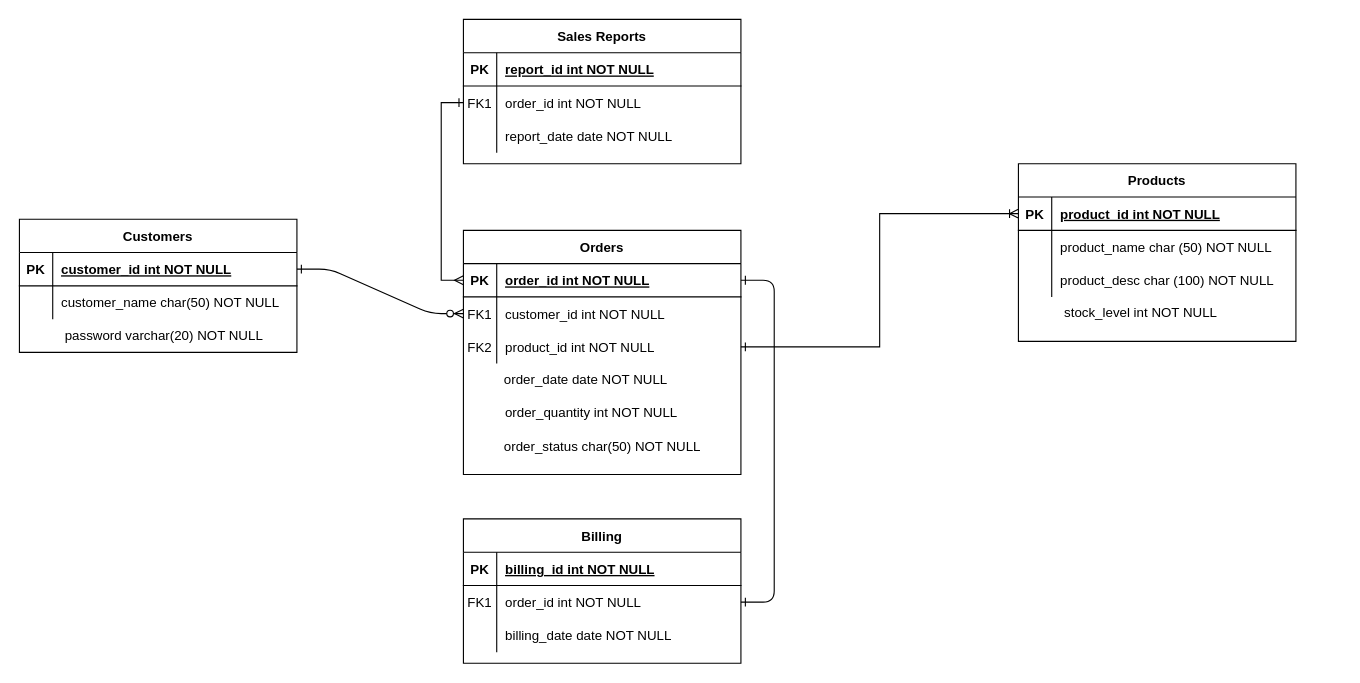
This is ERD Diagram.drawio from KinuthiaWambugu/Laravel9E, a draw.io file, before an edit. Source tidied: cells renumbered, new cells numbered last; positions are measured from the earlier drawing's top-left corner, leaving out a move shared by most shapes. Both pictures are drawn from the tidied source at 111%, with x=0, y=0 at pixel (19, 19).
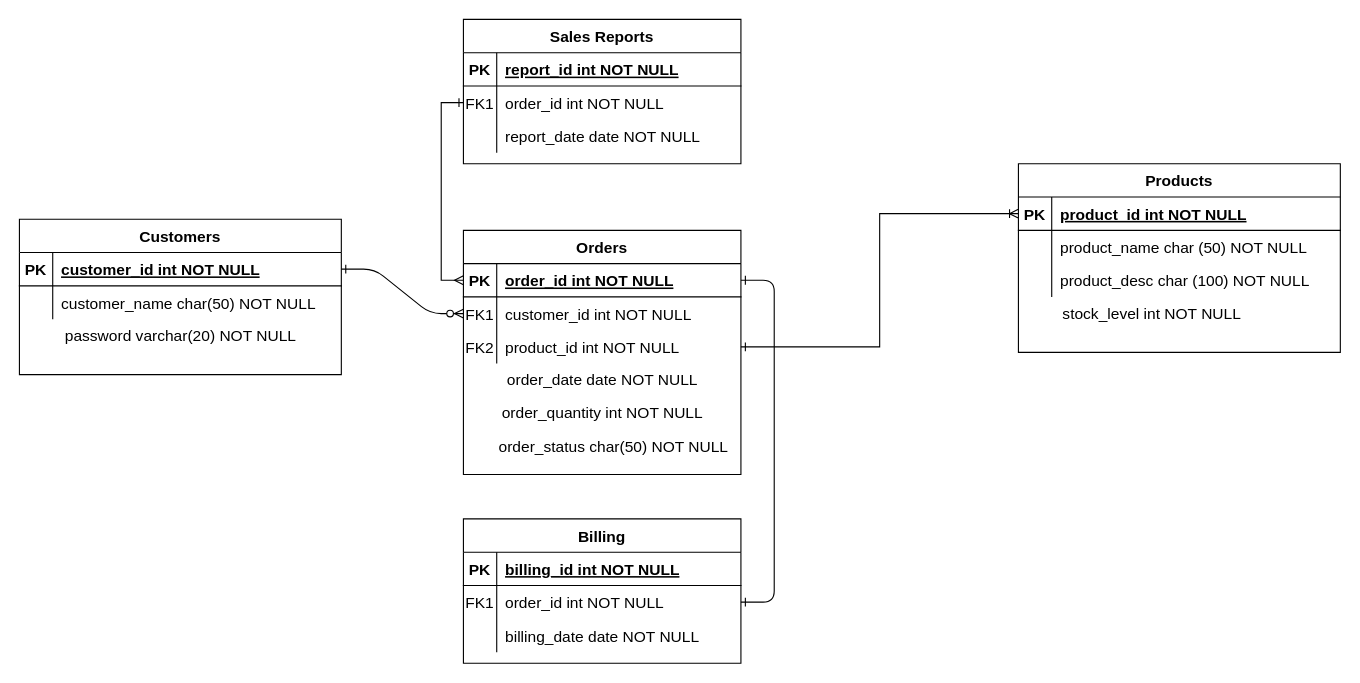
The same diagram, later.

The change refers to these unchanged cells:
```xml
<mxCell id="5" style="shape=partialRectangle;fillColor=none;points=[[0,0.5],[1,0.5]];portConstraint=eastwest;top=0;left=0;right=0;bottom=1;" parent="4" vertex="1">
  <mxGeometry y="30" width="250" height="30" as="geometry" />
</mxCell>
<mxCell id="8" style="shape=partialRectangle;fillColor=none;points=[[0,0.5],[1,0.5]];portConstraint=eastwest;top=0;left=0;right=0;bottom=0;" parent="4" vertex="1">
  <mxGeometry y="60" width="250" height="30" as="geometry" />
</mxCell>
<mxCell id="11" style="shape=partialRectangle;fillColor=none;points=[[0,0.5],[1,0.5]];portConstraint=eastwest;top=0;left=0;right=0;bottom=0;" parent="4" vertex="1">
  <mxGeometry y="90" width="250" height="30" as="geometry" />
</mxCell>
<mxCell id="15" style="shape=partialRectangle;fillColor=none;top=0;left=0;right=0;bottom=1;" parent="14" vertex="1">
  <mxGeometry y="30" width="250" height="30" as="geometry" />
</mxCell>
<mxCell id="18" style="shape=partialRectangle;fillColor=none;points=[[0,0.5],[1,0.5]];portConstraint=eastwest;top=0;left=0;right=0;bottom=0;" parent="14" vertex="1">
  <mxGeometry y="60" width="250" height="30" as="geometry" />
</mxCell>
<mxCell id="21" style="shape=partialRectangle;fillColor=none;top=0;left=0;right=0;bottom=0;" parent="14" vertex="1">
  <mxGeometry y="90" width="250" height="30" as="geometry" />
</mxCell>
<mxCell id="48" style="shape=partialRectangle;fillColor=none;top=0;left=0;right=0;bottom=1;" parent="47" vertex="1">
  <mxGeometry y="30" width="250" height="30" as="geometry" />
</mxCell>
<mxCell id="51" style="shape=partialRectangle;fillColor=none;points=[[0,0.5],[1,0.5]];portConstraint=eastwest;top=0;left=0;right=0;bottom=0;" parent="47" vertex="1">
  <mxGeometry y="60" width="250" height="30" as="geometry" />
</mxCell>
<mxCell id="54" style="shape=partialRectangle;fillColor=none;top=0;left=0;right=0;bottom=0;" parent="47" vertex="1">
  <mxGeometry y="90" width="250" height="30" as="geometry" />
</mxCell>
```

Change to the diagram source:
```diff
@@
-    <mxCell id="4" value="Orders" style="shape=table;startSize=30;childLayout=tableLayout;rowLines=0;fontStyle=1;align=center;" parent="1" vertex="1">
+    <mxCell id="4" value="Orders" style="shape=table;startSize=30;childLayout=tableLayout;rowLines=0;fontStyle=1;align=center;fontSize=14;" parent="1" vertex="1">
       <mxGeometry x="400" y="190" width="250" height="220" as="geometry" />
     </mxCell>
@@
-    <mxCell id="6" value="PK" style="shape=partialRectangle;overflow=hidden;fillColor=none;top=0;left=0;bottom=0;right=0;fontStyle=1;" parent="5" vertex="1">
+    <mxCell id="6" value="PK" style="shape=partialRectangle;overflow=hidden;fillColor=none;top=0;left=0;bottom=0;right=0;fontStyle=1;fontSize=14;" parent="5" vertex="1">
       <mxGeometry width="30" height="30" as="geometry" />
     </mxCell>
-    <mxCell id="7" value="order_id int NOT NULL " style="shape=partialRectangle;overflow=hidden;fillColor=none;top=0;left=0;bottom=0;right=0;align=left;spacingLeft=6;fontStyle=5;" parent="5" vertex="1">
+    <mxCell id="7" value="order_id int NOT NULL " style="shape=partialRectangle;overflow=hidden;fillColor=none;top=0;left=0;bottom=0;right=0;align=left;spacingLeft=6;fontStyle=5;fontSize=14;" parent="5" vertex="1">
       <mxGeometry x="30" width="220" height="30" as="geometry" />
     </mxCell>
@@
-    <mxCell id="9" value="FK1" style="shape=partialRectangle;overflow=hidden;fillColor=none;top=0;left=0;bottom=0;right=0;" parent="8" vertex="1">
+    <mxCell id="9" value="FK1" style="shape=partialRectangle;overflow=hidden;fillColor=none;top=0;left=0;bottom=0;right=0;fontSize=14;" parent="8" vertex="1">
       <mxGeometry width="30" height="30" as="geometry" />
     </mxCell>
-    <mxCell id="10" value="customer_id int NOT NULL" style="shape=partialRectangle;overflow=hidden;fillColor=none;top=0;left=0;bottom=0;right=0;align=left;spacingLeft=6;" parent="8" vertex="1">
+    <mxCell id="10" value="customer_id int NOT NULL" style="shape=partialRectangle;overflow=hidden;fillColor=none;top=0;left=0;bottom=0;right=0;align=left;spacingLeft=6;fontSize=14;" parent="8" vertex="1">
       <mxGeometry x="30" width="220" height="30" as="geometry" />
     </mxCell>
@@
-    <mxCell id="12" value="FK2" style="shape=partialRectangle;overflow=hidden;fillColor=none;top=0;left=0;bottom=0;right=0;" parent="11" vertex="1">
+    <mxCell id="12" value="FK2" style="shape=partialRectangle;overflow=hidden;fillColor=none;top=0;left=0;bottom=0;right=0;fontSize=14;" parent="11" vertex="1">
       <mxGeometry width="30" height="30" as="geometry" />
     </mxCell>
-    <mxCell id="13" value="product_id int NOT NULL" style="shape=partialRectangle;overflow=hidden;fillColor=none;top=0;left=0;bottom=0;right=0;align=left;spacingLeft=6;" parent="11" vertex="1">
+    <mxCell id="13" value="product_id int NOT NULL" style="shape=partialRectangle;overflow=hidden;fillColor=none;top=0;left=0;bottom=0;right=0;align=left;spacingLeft=6;fontSize=14;" parent="11" vertex="1">
       <mxGeometry x="30" width="220" height="30" as="geometry" />
     </mxCell>
-    <mxCell id="14" value="Billing" style="shape=table;startSize=30;childLayout=tableLayout;rowLines=0;fontStyle=1;align=center;" parent="1" vertex="1">
+    <mxCell id="14" value="Billing" style="shape=table;startSize=30;childLayout=tableLayout;rowLines=0;fontStyle=1;align=center;fontSize=14;" parent="1" vertex="1">
       <mxGeometry x="400" y="450" width="250" height="130" as="geometry" />
     </mxCell>
@@
-    <mxCell id="16" value="PK" style="shape=partialRectangle;overflow=hidden;fillColor=none;top=0;left=0;bottom=0;right=0;fontStyle=1;" parent="15" vertex="1">
+    <mxCell id="16" value="PK" style="shape=partialRectangle;overflow=hidden;fillColor=none;top=0;left=0;bottom=0;right=0;fontStyle=1;fontSize=14;" parent="15" vertex="1">
       <mxGeometry width="30" height="30" as="geometry" />
     </mxCell>
-    <mxCell id="17" value="billing_id int NOT NULL " style="shape=partialRectangle;overflow=hidden;fillColor=none;top=0;left=0;bottom=0;right=0;align=left;spacingLeft=6;fontStyle=5;" parent="15" vertex="1">
+    <mxCell id="17" value="billing_id int NOT NULL " style="shape=partialRectangle;overflow=hidden;fillColor=none;top=0;left=0;bottom=0;right=0;align=left;spacingLeft=6;fontStyle=5;fontSize=14;" parent="15" vertex="1">
       <mxGeometry x="30" width="220" height="30" as="geometry" />
     </mxCell>
@@
-    <mxCell id="19" value="FK1" style="shape=partialRectangle;overflow=hidden;fillColor=none;top=0;left=0;bottom=0;right=0;" parent="18" vertex="1">
+    <mxCell id="19" value="FK1" style="shape=partialRectangle;overflow=hidden;fillColor=none;top=0;left=0;bottom=0;right=0;fontSize=14;" parent="18" vertex="1">
       <mxGeometry width="30" height="30" as="geometry" />
     </mxCell>
-    <mxCell id="20" value="order_id int NOT NULL" style="shape=partialRectangle;overflow=hidden;fillColor=none;top=0;left=0;bottom=0;right=0;align=left;spacingLeft=6;" parent="18" vertex="1">
+    <mxCell id="20" value="order_id int NOT NULL" style="shape=partialRectangle;overflow=hidden;fillColor=none;top=0;left=0;bottom=0;right=0;align=left;spacingLeft=6;fontSize=14;" parent="18" vertex="1">
       <mxGeometry x="30" width="220" height="30" as="geometry" />
     </mxCell>
@@
-    <mxCell id="23" value="billing_date date NOT NULL" style="shape=partialRectangle;overflow=hidden;fillColor=none;top=0;left=0;bottom=0;right=0;align=left;spacingLeft=6;" parent="21" vertex="1">
+    <mxCell id="23" value="billing_date date NOT NULL" style="shape=partialRectangle;overflow=hidden;fillColor=none;top=0;left=0;bottom=0;right=0;align=left;spacingLeft=6;fontSize=14;" parent="21" vertex="1">
       <mxGeometry x="30" width="220" height="30" as="geometry" />
     </mxCell>
-    <mxCell id="24" value="Customers" style="shape=table;startSize=30;childLayout=tableLayout;rowLines=0;fontStyle=1;align=center;" parent="1" vertex="1">
-      <mxGeometry y="180" width="250" height="120" as="geometry" />
+    <mxCell id="24" value="Customers" style="shape=table;startSize=30;childLayout=tableLayout;rowLines=0;fontStyle=1;align=center;fontSize=14;" parent="1" vertex="1">
+      <mxGeometry y="180" width="290" height="140" as="geometry" />
     </mxCell>
     <mxCell id="25" style="shape=partialRectangle;fillColor=none;points=[[0,0.5],[1,0.5]];portConstraint=eastwest;top=0;left=0;right=0;bottom=1;" parent="24" vertex="1">
-      <mxGeometry y="30" width="250" height="30" as="geometry" />
+      <mxGeometry y="30" width="290" height="30" as="geometry" />
     </mxCell>
-    <mxCell id="26" value="PK" style="shape=partialRectangle;overflow=hidden;fillColor=none;top=0;left=0;bottom=0;right=0;fontStyle=1;" parent="25" vertex="1">
+    <mxCell id="26" value="PK" style="shape=partialRectangle;overflow=hidden;fillColor=none;top=0;left=0;bottom=0;right=0;fontStyle=1;fontSize=14;" parent="25" vertex="1">
       <mxGeometry width="30" height="30" as="geometry" />
     </mxCell>
-    <mxCell id="27" value="customer_id int NOT NULL " style="shape=partialRectangle;overflow=hidden;fillColor=none;top=0;left=0;bottom=0;right=0;align=left;spacingLeft=6;fontStyle=5;" parent="25" vertex="1">
-      <mxGeometry x="30" width="220" height="30" as="geometry" />
+    <mxCell id="27" value="customer_id int NOT NULL " style="shape=partialRectangle;overflow=hidden;fillColor=none;top=0;left=0;bottom=0;right=0;align=left;spacingLeft=6;fontStyle=5;fontSize=14;" parent="25" vertex="1">
+      <mxGeometry x="30" width="260" height="30" as="geometry" />
     </mxCell>
     <mxCell id="28" style="shape=partialRectangle;fillColor=none;top=0;left=0;right=0;bottom=0;" parent="24" vertex="1">
-      <mxGeometry y="60" width="250" height="30" as="geometry" />
+      <mxGeometry y="60" width="290" height="30" as="geometry" />
     </mxCell>
@@
-    <mxCell id="30" value="customer_name char(50) NOT NULL" style="shape=partialRectangle;overflow=hidden;fillColor=none;top=0;left=0;bottom=0;right=0;align=left;spacingLeft=6;" parent="28" vertex="1">
-      <mxGeometry x="30" width="220" height="30" as="geometry" />
+    <mxCell id="30" value="customer_name char(50) NOT NULL" style="shape=partialRectangle;overflow=hidden;fillColor=none;top=0;left=0;bottom=0;right=0;align=left;spacingLeft=6;fontSize=14;" parent="28" vertex="1">
+      <mxGeometry x="30" width="260" height="30" as="geometry" />
     </mxCell>
-    <mxCell id="31" value="password varchar(20) NOT NULL" style="text;html=1;align=center;verticalAlign=middle;strokeColor=none;fillColor=none;" parent="1" vertex="1">
-      <mxGeometry x="30" y="270" width="200" height="30" as="geometry" />
+    <mxCell id="31" value="&lt;font style=&quot;font-size: 14px;&quot;&gt;password varchar(20) NOT NULL&lt;/font&gt;" style="text;html=1;align=center;verticalAlign=middle;strokeColor=none;fillColor=none;" parent="1" vertex="1">
+      <mxGeometry x="30" y="270" width="230" height="30" as="geometry" />
     </mxCell>
-    <mxCell id="32" value="order_quantity int NOT NULL" style="text;html=1;align=center;verticalAlign=middle;strokeColor=none;fillColor=none;" parent="1" vertex="1">
-      <mxGeometry x="425" y="340" width="180" height="30" as="geometry" />
+    <mxCell id="32" value="&lt;font style=&quot;font-size: 14px;&quot;&gt;order_quantity int NOT NULL&lt;/font&gt;" style="text;html=1;align=center;verticalAlign=middle;strokeColor=none;fillColor=none;" parent="1" vertex="1">
+      <mxGeometry x="425" y="340" width="200" height="30" as="geometry" />
     </mxCell>
-    <mxCell id="33" value="order_status char(50) NOT NULL" style="text;html=1;align=center;verticalAlign=middle;strokeColor=none;fillColor=none;" parent="1" vertex="1">
-      <mxGeometry x="425" y="370" width="200" height="30" as="geometry" />
+    <mxCell id="33" value="&lt;font style=&quot;font-size: 14px;&quot;&gt;order_status char(50) NOT NULL&lt;/font&gt;" style="text;html=1;align=center;verticalAlign=middle;strokeColor=none;fillColor=none;" parent="1" vertex="1">
+      <mxGeometry x="420" y="370" width="230" height="30" as="geometry" />
     </mxCell>
-    <mxCell id="34" value="Products" style="shape=table;startSize=30;childLayout=tableLayout;rowLines=0;fontStyle=1;align=center;" parent="1" vertex="1">
-      <mxGeometry x="900" y="130" width="250" height="160" as="geometry" />
+    <mxCell id="34" value="Products" style="shape=table;startSize=30;childLayout=tableLayout;rowLines=0;fontStyle=1;align=center;fontSize=14;" parent="1" vertex="1">
+      <mxGeometry x="900" y="130" width="290" height="170" as="geometry" />
     </mxCell>
     <mxCell id="35" style="shape=partialRectangle;fillColor=none;points=[[0,0.5],[1,0.5]];portConstraint=eastwest;top=0;left=0;right=0;bottom=1;" parent="34" vertex="1">
-      <mxGeometry y="30" width="250" height="30" as="geometry" />
+      <mxGeometry y="30" width="290" height="30" as="geometry" />
     </mxCell>
-    <mxCell id="36" value="PK" style="shape=partialRectangle;overflow=hidden;fillColor=none;top=0;left=0;bottom=0;right=0;fontStyle=1;" parent="35" vertex="1">
+    <mxCell id="36" value="PK" style="shape=partialRectangle;overflow=hidden;fillColor=none;top=0;left=0;bottom=0;right=0;fontStyle=1;fontSize=14;" parent="35" vertex="1">
       <mxGeometry width="30" height="30" as="geometry" />
     </mxCell>
-    <mxCell id="37" value="product_id int NOT NULL " style="shape=partialRectangle;overflow=hidden;fillColor=none;top=0;left=0;bottom=0;right=0;align=left;spacingLeft=6;fontStyle=5;" parent="35" vertex="1">
-      <mxGeometry x="30" width="220" height="30" as="geometry" />
+    <mxCell id="37" value="product_id int NOT NULL " style="shape=partialRectangle;overflow=hidden;fillColor=none;top=0;left=0;bottom=0;right=0;align=left;spacingLeft=6;fontStyle=5;fontSize=14;" parent="35" vertex="1">
+      <mxGeometry x="30" width="260" height="30" as="geometry" />
     </mxCell>
     <mxCell id="38" style="shape=partialRectangle;fillColor=none;top=0;left=0;right=0;bottom=0;" parent="34" vertex="1">
-      <mxGeometry y="60" width="250" height="30" as="geometry" />
+      <mxGeometry y="60" width="290" height="30" as="geometry" />
     </mxCell>
@@
-    <mxCell id="40" value="product_name char (50) NOT NULL" style="shape=partialRectangle;overflow=hidden;fillColor=none;top=0;left=0;bottom=0;right=0;align=left;spacingLeft=6;" parent="38" vertex="1">
-      <mxGeometry x="30" width="220" height="30" as="geometry" />
+    <mxCell id="40" value="product_name char (50) NOT NULL" style="shape=partialRectangle;overflow=hidden;fillColor=none;top=0;left=0;bottom=0;right=0;align=left;spacingLeft=6;fontSize=14;" parent="38" vertex="1">
+      <mxGeometry x="30" width="260" height="30" as="geometry" />
     </mxCell>
     <mxCell id="41" style="shape=partialRectangle;fillColor=none;top=0;left=0;right=0;bottom=0;" parent="34" vertex="1">
-      <mxGeometry y="90" width="250" height="30" as="geometry" />
+      <mxGeometry y="90" width="290" height="30" as="geometry" />
     </mxCell>
@@
-    <mxCell id="43" value="product_desc char (100) NOT NULL" style="shape=partialRectangle;overflow=hidden;fillColor=none;top=0;left=0;bottom=0;right=0;align=left;spacingLeft=6;" parent="41" vertex="1">
-      <mxGeometry x="30" width="220" height="30" as="geometry" />
+    <mxCell id="43" value="product_desc char (100) NOT NULL" style="shape=partialRectangle;overflow=hidden;fillColor=none;top=0;left=0;bottom=0;right=0;align=left;spacingLeft=6;fontSize=14;" parent="41" vertex="1">
+      <mxGeometry x="30" width="260" height="30" as="geometry" />
     </mxCell>
-    <mxCell id="44" value="stock_level int NOT NULL" style="text;html=1;align=center;verticalAlign=middle;strokeColor=none;fillColor=none;" parent="1" vertex="1">
-      <mxGeometry x="930" y="250" width="160" height="30" as="geometry" />
+    <mxCell id="44" value="&lt;font style=&quot;font-size: 14px;&quot;&gt;stock_level int NOT NULL&lt;/font&gt;" style="text;html=1;align=center;verticalAlign=middle;strokeColor=none;fillColor=none;" parent="1" vertex="1">
+      <mxGeometry x="930" y="250" width="180" height="30" as="geometry" />
     </mxCell>
-    <mxCell id="45" value="order_date date NOT NULL" style="text;html=1;align=center;verticalAlign=middle;strokeColor=none;fillColor=none;" parent="1" vertex="1">
-      <mxGeometry x="425" y="310" width="170" height="30" as="geometry" />
+    <mxCell id="45" value="&lt;font style=&quot;font-size: 14px;&quot;&gt;order_date date NOT NULL&lt;/font&gt;" style="text;html=1;align=center;verticalAlign=middle;strokeColor=none;fillColor=none;" parent="1" vertex="1">
+      <mxGeometry x="425" y="310" width="200" height="30" as="geometry" />
     </mxCell>
@@
-    <mxCell id="47" value="Sales Reports" style="shape=table;startSize=30;childLayout=tableLayout;rowLines=0;fontStyle=1;align=center;" parent="1" vertex="1">
+    <mxCell id="47" value="Sales Reports" style="shape=table;startSize=30;childLayout=tableLayout;rowLines=0;fontStyle=1;align=center;fontSize=14;" parent="1" vertex="1">
       <mxGeometry x="400" width="250" height="130" as="geometry" />
     </mxCell>
@@
-    <mxCell id="49" value="PK" style="shape=partialRectangle;overflow=hidden;fillColor=none;top=0;left=0;bottom=0;right=0;fontStyle=1;" parent="48" vertex="1">
+    <mxCell id="49" value="PK" style="shape=partialRectangle;overflow=hidden;fillColor=none;top=0;left=0;bottom=0;right=0;fontStyle=1;fontSize=14;" parent="48" vertex="1">
       <mxGeometry width="30" height="30" as="geometry" />
     </mxCell>
-    <mxCell id="50" value="report_id int NOT NULL " style="shape=partialRectangle;overflow=hidden;fillColor=none;top=0;left=0;bottom=0;right=0;align=left;spacingLeft=6;fontStyle=5;" parent="48" vertex="1">
+    <mxCell id="50" value="report_id int NOT NULL " style="shape=partialRectangle;overflow=hidden;fillColor=none;top=0;left=0;bottom=0;right=0;align=left;spacingLeft=6;fontStyle=5;fontSize=14;" parent="48" vertex="1">
       <mxGeometry x="30" width="220" height="30" as="geometry" />
     </mxCell>
@@
-    <mxCell id="52" value="FK1" style="shape=partialRectangle;overflow=hidden;fillColor=none;top=0;left=0;bottom=0;right=0;" parent="51" vertex="1">
+    <mxCell id="52" value="FK1" style="shape=partialRectangle;overflow=hidden;fillColor=none;top=0;left=0;bottom=0;right=0;fontSize=14;" parent="51" vertex="1">
       <mxGeometry width="30" height="30" as="geometry" />
     </mxCell>
-    <mxCell id="53" value="order_id int NOT NULL" style="shape=partialRectangle;overflow=hidden;fillColor=none;top=0;left=0;bottom=0;right=0;align=left;spacingLeft=6;" parent="51" vertex="1">
+    <mxCell id="53" value="order_id int NOT NULL" style="shape=partialRectangle;overflow=hidden;fillColor=none;top=0;left=0;bottom=0;right=0;align=left;spacingLeft=6;fontSize=14;" parent="51" vertex="1">
       <mxGeometry x="30" width="220" height="30" as="geometry" />
     </mxCell>
@@
-    <mxCell id="56" value="report_date date NOT NULL" style="shape=partialRectangle;overflow=hidden;fillColor=none;top=0;left=0;bottom=0;right=0;align=left;spacingLeft=6;" parent="54" vertex="1">
+    <mxCell id="56" value="report_date date NOT NULL" style="shape=partialRectangle;overflow=hidden;fillColor=none;top=0;left=0;bottom=0;right=0;align=left;spacingLeft=6;fontSize=14;" parent="54" vertex="1">
       <mxGeometry x="30" width="220" height="30" as="geometry" />
     </mxCell>
```
